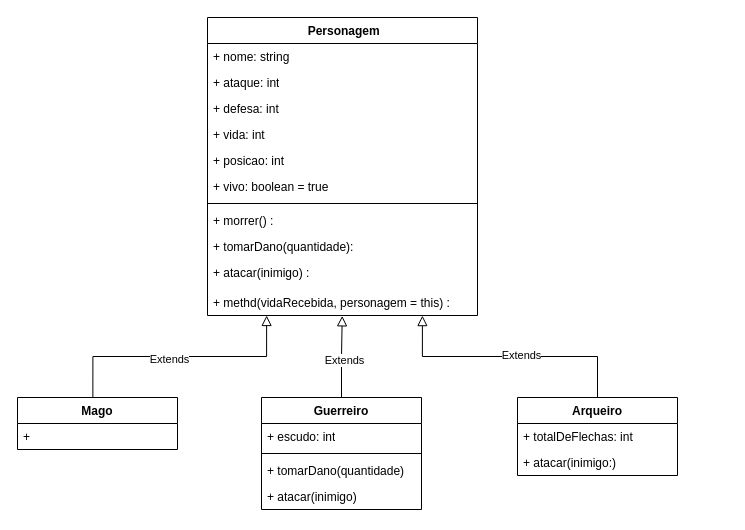
Diogo-MD/Aulas_Aecio_SENAC_TITO keeps this draw.io diagram as aulas/aula10/jogo.drawio. Above is the earlier version. Source tidied: cells renumbered, new cells numbered last; positions are measured from the earlier drawing's top-left corner, leaving out a move shared by most shapes. Both pictures are drawn from the tidied source at 100%, with x=0, y=0 at pixel (17, 17).
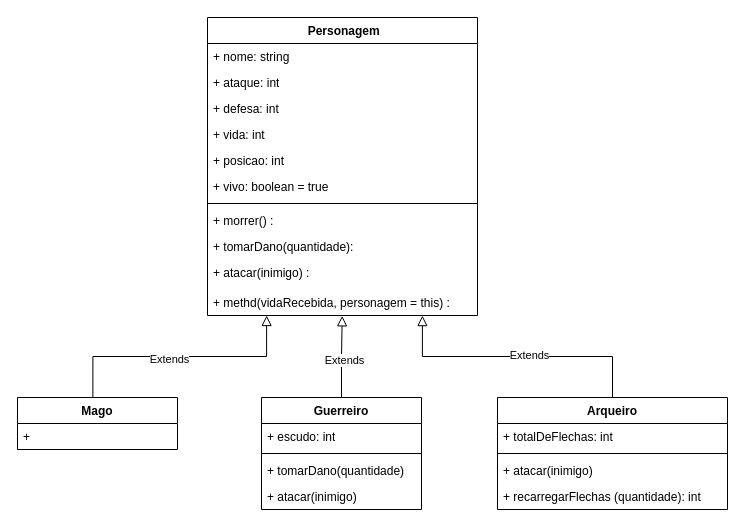
The same page after the edit.

Commit message (it also covers changes not shown here):
Atualização Aula 31/01/24 (Professor: Aécio Brito)

The change refers to these unchanged cells:
```xml
<mxCell id="13" value="+ methd(vidaRecebida, personagem = this) :" style="text;strokeColor=none;fillColor=none;align=left;verticalAlign=top;spacingLeft=4;spacingRight=4;overflow=hidden;points=[[0,0.5],[1,0.5]];portConstraint=eastwest;whiteSpace=wrap;html=1;" parent="2" vertex="1">
  <mxGeometry y="272" width="270" height="26" as="geometry" />
</mxCell>
```

The edit, as a diff of the source:
```diff
@@
+    <mxCell id="28" style="edgeStyle=orthogonalEdgeStyle;rounded=0;jettySize=auto;html=1;endArrow=block;endFill=0;strokeWidth=1;endSize=8;entryX=0.796;entryY=1.004;entryDx=0;entryDy=0;entryPerimeter=0;exitX=0.5;exitY=0;exitDx=0;exitDy=0;" parent="1" edge="1" source="25" target="13">
+      <mxGeometry relative="1" as="geometry" />
+    </mxCell>
+    <mxCell id="29" value="Extends" style="edgeLabel;html=1;align=center;verticalAlign=middle;" parent="28" vertex="1">
+      <mxGeometry x="-0.08" y="-2" relative="1" as="geometry" />
+    </mxCell>
     <mxCell id="25" value="Arqueiro" style="swimlane;fontStyle=1;align=center;verticalAlign=top;horizontal=1;startSize=26;whiteSpace=wrap;html=1;" parent="1" vertex="1">
-      <mxGeometry x="500" y="380" width="160" height="78" as="geometry" />
+      <mxGeometry x="480" y="380" width="230" height="112" as="geometry" />
     </mxCell>
     <mxCell id="26" value="+ totalDeFlechas: int" style="text;strokeColor=none;fillColor=none;align=left;verticalAlign=top;spacingLeft=4;spacingRight=4;overflow=hidden;whiteSpace=wrap;html=1;" parent="25" vertex="1">
-      <mxGeometry y="26" width="160" height="26" as="geometry" />
+      <mxGeometry y="26" width="230" height="26" as="geometry" />
     </mxCell>
-    <mxCell id="27" value="+ atacar(inimigo:)" style="text;strokeColor=none;fillColor=none;align=left;verticalAlign=top;spacingLeft=4;spacingRight=4;overflow=hidden;whiteSpace=wrap;html=1;" parent="25" vertex="1">
-      <mxGeometry y="52" width="160" height="26" as="geometry" />
-    </mxCell>
-    <mxCell id="28" style="edgeStyle=orthogonalEdgeStyle;rounded=0;jettySize=auto;html=1;endArrow=block;endFill=0;strokeWidth=1;endSize=8;exitX=0.5;exitY=0;exitDx=0;exitDy=0;entryX=0.796;entryY=1.004;entryDx=0;entryDy=0;entryPerimeter=0;" parent="1" edge="1" source="25" target="13">
-      <mxGeometry relative="1" as="geometry" />
-    </mxCell>
-    <mxCell id="29" value="Extends" style="edgeLabel;html=1;align=center;verticalAlign=middle;" parent="28" vertex="1">
-      <mxGeometry x="-0.08" y="-2" relative="1" as="geometry" />
-    </mxCell>
+    <mxCell id="30" style="line;strokeWidth=1;fillColor=none;align=left;verticalAlign=middle;spacingTop=-1;spacingLeft=3;spacingRight=3;labelPosition=right;strokeColor=inherit;" parent="25" vertex="1">
+      <mxGeometry y="52" width="230" height="8" as="geometry" />
+    </mxCell>
+    <mxCell id="31" value="+ atacar(inimigo)" style="text;strokeColor=none;fillColor=none;align=left;verticalAlign=top;spacingLeft=4;spacingRight=4;overflow=hidden;whiteSpace=wrap;html=1;" parent="25" vertex="1">
+      <mxGeometry y="60" width="230" height="26" as="geometry" />
+    </mxCell>
+    <mxCell id="32" value="+ recarregarFlechas (quantidade): int" style="text;strokeColor=none;fillColor=none;align=left;verticalAlign=top;spacingLeft=4;spacingRight=4;overflow=hidden;whiteSpace=wrap;html=1;" parent="25" vertex="1">
+      <mxGeometry y="86" width="230" height="26" as="geometry" />
+    </mxCell>
```
